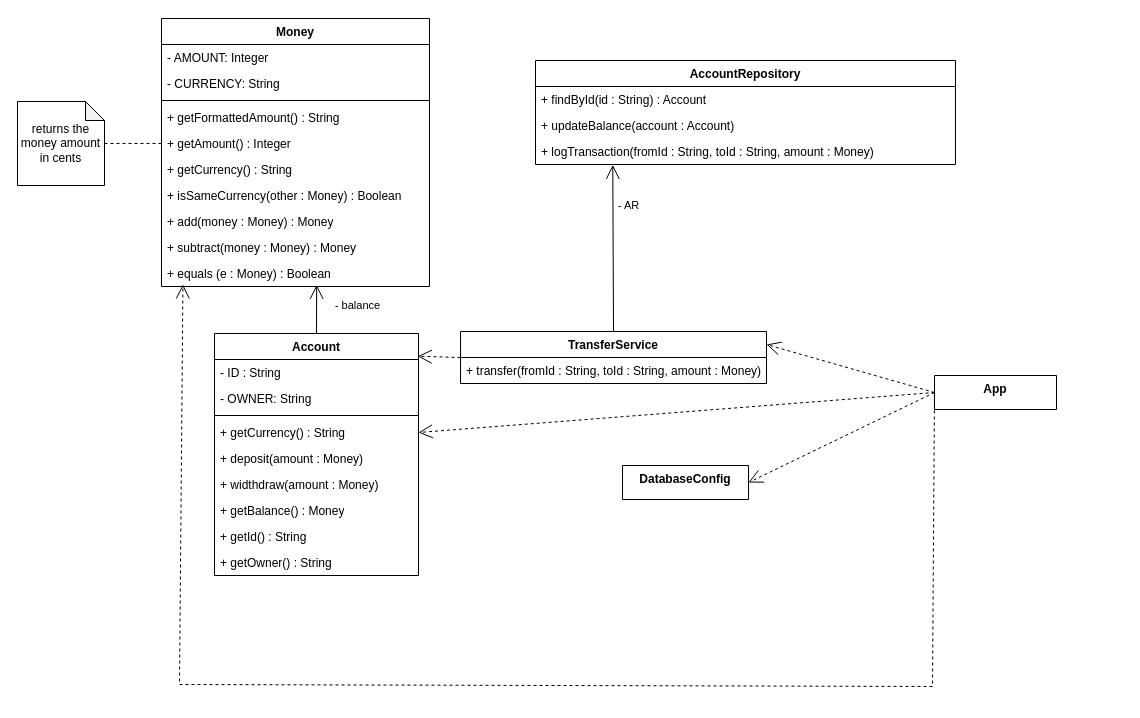
Above: lab 4 - ValueObject/IB.drawio in solovozer/-2 (draw.io), before the change. Source tidied: cells renumbered, new cells numbered last; positions are measured from the earlier drawing's top-left corner, leaving out a move shared by most shapes. Both pictures are drawn from the tidied source at 100%, with x=0, y=0 at pixel (17, 18).
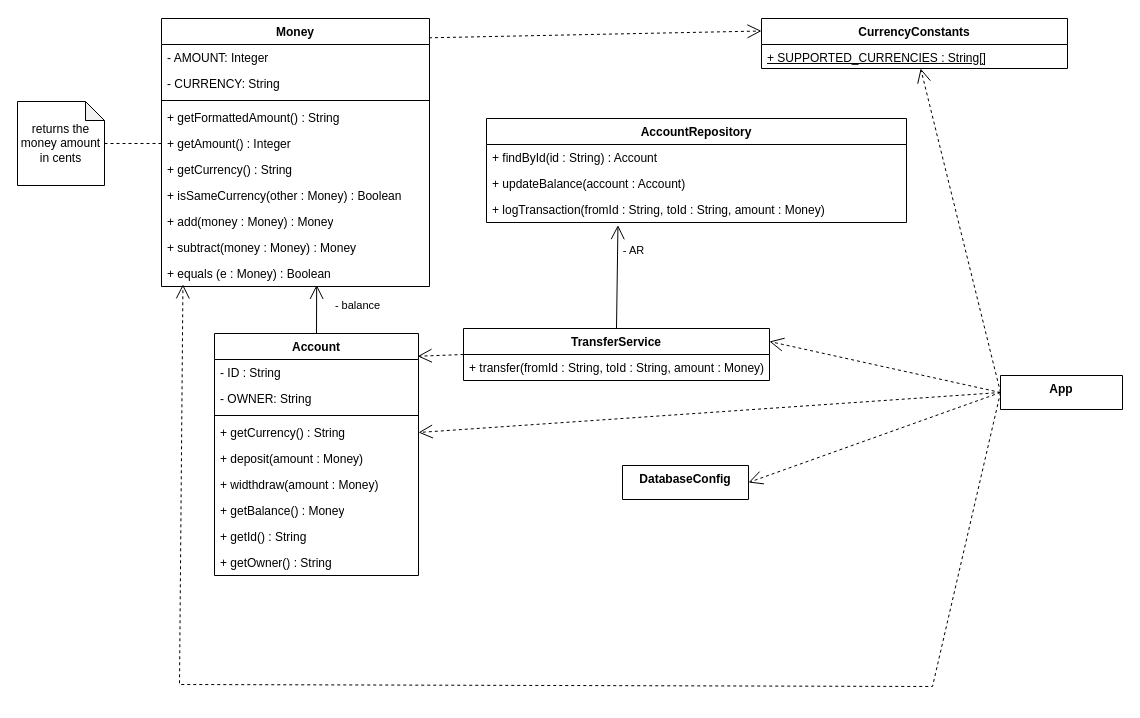
The same diagram, later.

The change refers to these unchanged cells:
```xml
<mxCell id="2" value="Money" style="swimlane;fontStyle=1;align=center;verticalAlign=top;horizontal=1;startSize=26;whiteSpace=wrap;html=1;" parent="1" vertex="1">
  <mxGeometry x="144" width="268" height="268" as="geometry" />
</mxCell>
<mxCell id="26" value="+ logTransaction(fromId : String, toId : String, amount : Money)" style="text;strokeColor=none;fillColor=none;align=left;verticalAlign=top;spacingLeft=4;spacingRight=4;overflow=hidden;points=[[0,0.5],[1,0.5]];portConstraint=eastwest;whiteSpace=wrap;html=1;" parent="23" vertex="1">
  <mxGeometry y="78" width="420" height="26" as="geometry" />
</mxCell>
```

What changed in the source:
```diff
@@
     <mxCell id="23" value="AccountRepository" style="swimlane;fontStyle=1;align=center;verticalAlign=top;horizontal=1;startSize=26;whiteSpace=wrap;html=1;" parent="1" vertex="1">
-      <mxGeometry x="518" y="42" width="420" height="104" as="geometry" />
+      <mxGeometry x="469" y="100" width="420" height="104" as="geometry" />
     </mxCell>
@@
     <mxCell id="27" value="TransferService" style="swimlane;fontStyle=1;align=center;verticalAlign=top;horizontal=1;startSize=26;whiteSpace=wrap;html=1;" parent="1" vertex="1">
-      <mxGeometry x="443" y="313" width="306" height="52" as="geometry" />
+      <mxGeometry x="446" y="310" width="306" height="52" as="geometry" />
     </mxCell>
@@
     <mxCell id="29" value="App" style="swimlane;fontStyle=1;align=center;verticalAlign=top;horizontal=1;startSize=34;whiteSpace=wrap;html=1;" parent="1" vertex="1">
-      <mxGeometry x="917" y="357" width="122" height="34" as="geometry" />
+      <mxGeometry x="983" y="357" width="122" height="34" as="geometry" />
     </mxCell>
@@
-    <mxCell id="35" value="- AR" style="endArrow=open;endFill=1;endSize=12;html=1;rounded=0;exitX=0.5;exitY=0;exitDx=0;exitDy=0;entryX=0.184;entryY=1.015;entryDx=0;entryDy=0;entryPerimeter=0;" parent="1" edge="1" source="27" target="26">
+    <mxCell id="35" value="- AR" style="endArrow=open;endFill=1;endSize=12;html=1;rounded=0;exitX=0.5;exitY=0;exitDx=0;exitDy=0;entryX=0.313;entryY=1.1;entryDx=0;entryDy=0;entryPerimeter=0;" parent="1" edge="1" source="27" target="26">
       <mxGeometry x="0.51" y="-16" relative="1" as="geometry" />
     </mxCell>
@@
+    <mxCell id="40" value="CurrencyConstants" style="swimlane;fontStyle=1;align=center;verticalAlign=top;horizontal=1;startSize=26;whiteSpace=wrap;html=1;" parent="1" vertex="1">
+      <mxGeometry x="744" width="306" height="50" as="geometry" />
+    </mxCell>
+    <mxCell id="41" value="&lt;u&gt;+ SUPPORTED_CURRENCIES : String[]&lt;/u&gt;" style="text;strokeColor=none;fillColor=none;align=left;verticalAlign=top;spacingLeft=4;spacingRight=4;overflow=hidden;whiteSpace=wrap;html=1;" parent="40" vertex="1">
+      <mxGeometry y="26" width="306" height="24" as="geometry" />
+    </mxCell>
+    <mxCell id="42" style="endArrow=open;endFill=1;endSize=12;html=1;rounded=0;exitX=0;exitY=0.5;exitDx=0;exitDy=0;dashed=1;" parent="1" edge="1" source="29" target="40">
+      <mxGeometry relative="1" as="geometry" />
+    </mxCell>
+    <mxCell id="43" style="endArrow=open;endFill=1;endSize=12;html=1;rounded=0;exitX=0.998;exitY=0.072;exitDx=0;exitDy=0;dashed=1;exitPerimeter=0;entryX=0;entryY=0.25;entryDx=0;entryDy=0;" parent="1" edge="1" source="2" target="40">
+      <mxGeometry relative="1" as="geometry" />
+    </mxCell>
```
